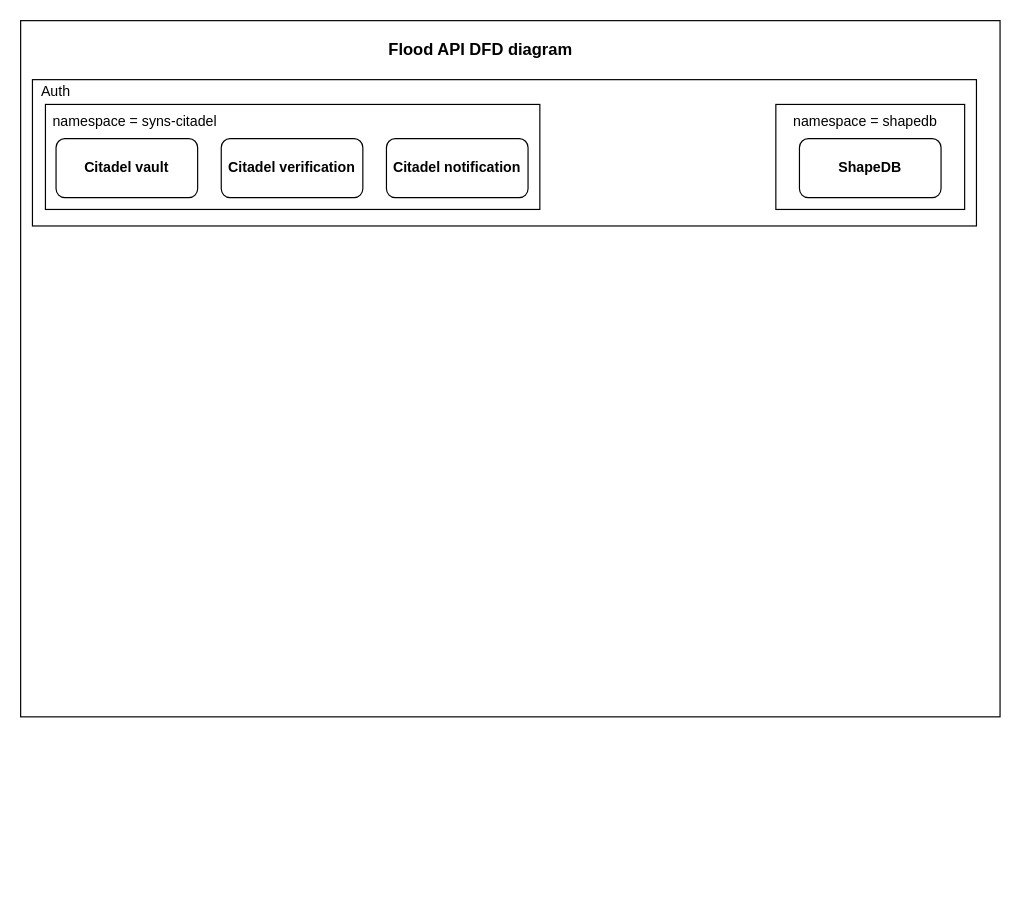
arif2009/diagram keeps this draw.io diagram as fda.drawio. Above is the earlier version. Source tidied: cells renumbered, new cells numbered last; positions are measured from the earlier drawing's top-left corner, leaving out a move shared by most shapes. Both pictures are drawn from the tidied source at 118%, with x=0, y=0 at pixel (20, 20).
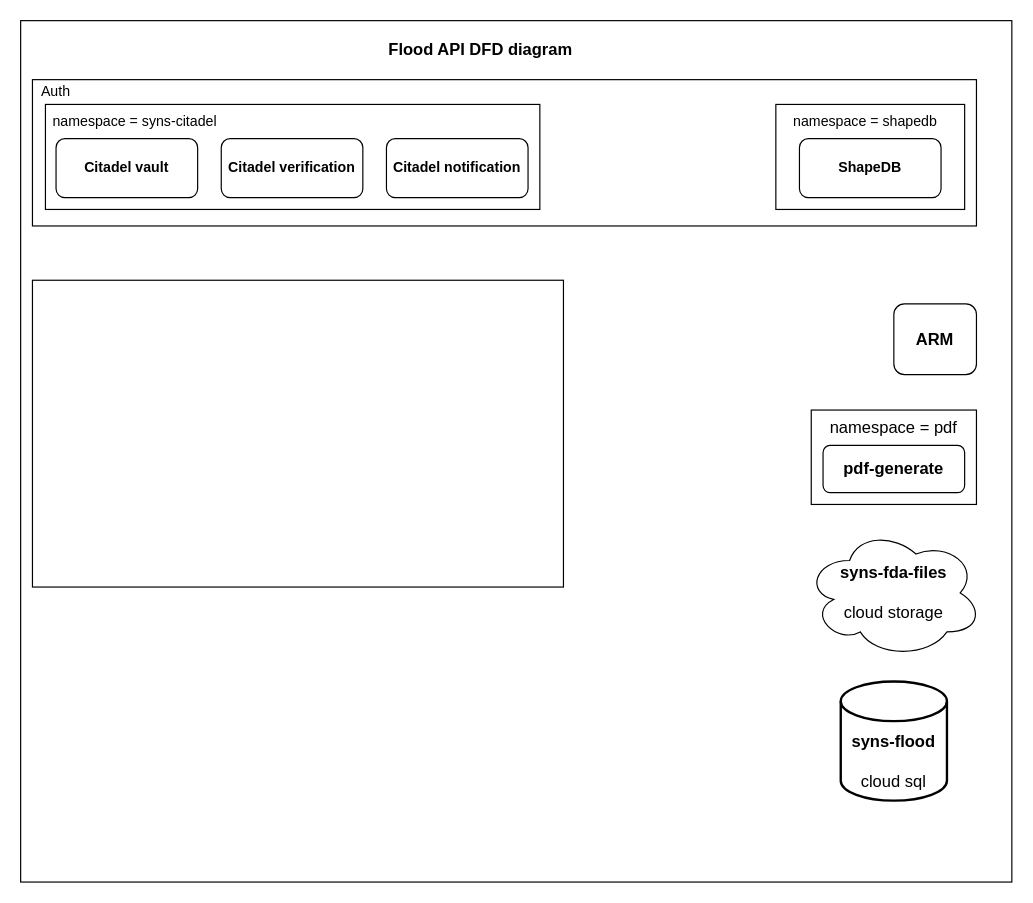
After the change.

Commit message:
Added cloud diagram

The edit, as a diff of the source:
```diff
@@
     <mxCell id="2" style="rounded=0;whiteSpace=wrap;html=1;" parent="1" vertex="1">
-      <mxGeometry width="830" height="590" as="geometry" />
+      <mxGeometry width="840" height="730" as="geometry" />
     </mxCell>
@@
+    <mxCell id="18" style="rounded=0;whiteSpace=wrap;html=1;labelBackgroundColor=none;fontSize=14;" parent="1" vertex="1">
+      <mxGeometry x="10" y="220" width="450" height="260" as="geometry" />
+    </mxCell>
+    <mxCell id="19" value="ARM" style="rounded=1;whiteSpace=wrap;html=1;labelBackgroundColor=none;fontSize=14;fontStyle=1;" parent="1" vertex="1">
+      <mxGeometry x="740" y="240" width="70" height="60" as="geometry" />
+    </mxCell>
+    <mxCell id="20" value="&lt;b&gt;syns-fda-files &lt;/b&gt;&lt;br&gt;&lt;br&gt;cloud storage" style="ellipse;shape=cloud;whiteSpace=wrap;html=1;labelBackgroundColor=none;fontSize=14;" parent="1" vertex="1">
+      <mxGeometry x="665" y="430" width="150" height="110" as="geometry" />
+    </mxCell>
+    <mxCell id="21" value="&lt;b&gt;&lt;br&gt;&lt;br&gt;syns-flood&lt;/b&gt;&lt;br&gt;&lt;br&gt;cloud sql" style="strokeWidth=2;html=1;shape=mxgraph.flowchart.database;whiteSpace=wrap;labelBackgroundColor=none;fontSize=14;" parent="1" vertex="1">
+      <mxGeometry x="695" y="560" width="90" height="101" as="geometry" />
+    </mxCell>
+    <mxCell id="22" style="group;" parent="1" vertex="1">
+      <mxGeometry x="670" y="330" width="140" height="80" as="geometry" />
+    </mxCell>
+    <mxCell id="23" style="rounded=0;whiteSpace=wrap;html=1;labelBackgroundColor=none;fontSize=14;" parent="22" vertex="1">
+      <mxGeometry width="140" height="80" as="geometry" />
+    </mxCell>
+    <mxCell id="24" value="namespace = pdf" style="text;html=1;strokeColor=none;fillColor=none;align=center;verticalAlign=middle;whiteSpace=wrap;rounded=0;labelBackgroundColor=none;fontSize=14;" parent="22" vertex="1">
+      <mxGeometry x="10" width="120" height="30" as="geometry" />
+    </mxCell>
+    <mxCell id="25" value="pdf-generate" style="rounded=1;whiteSpace=wrap;html=1;labelBackgroundColor=none;fontSize=14;fontStyle=1;" parent="22" vertex="1">
+      <mxGeometry x="10" y="30" width="120" height="40" as="geometry" />
+    </mxCell>
```
